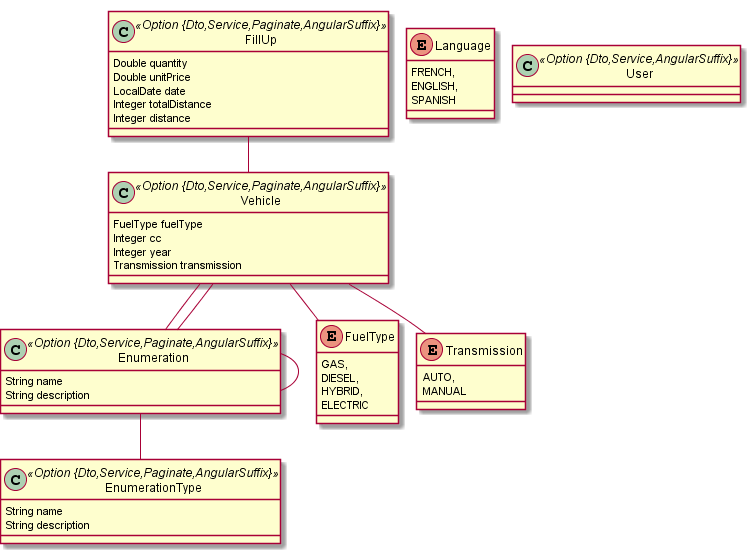
Earlier version of the PlantUML export jhipster-jdl.png (hazerbaker/yakitanaliz).
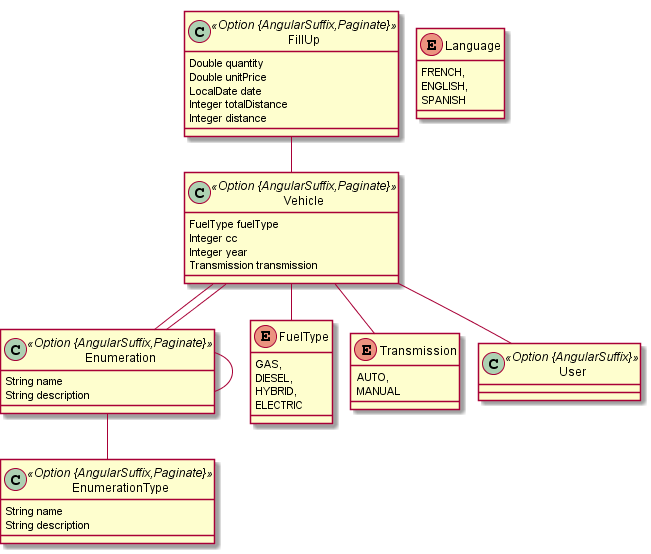
The same file after the commit.

What changed in the source:
```diff
@@ -1,15 +1,15 @@
 @startuml
 	!pragma graphviz_dot jdot
 	!pragma syntax class
-	class EnumerationType <<Option {Dto,Service,Paginate,AngularSuffix}>> {
+	class EnumerationType <<Option {AngularSuffix,Paginate}>> {
 		String name
 		String description
 	}
-	class Enumeration <<Option {Dto,Service,Paginate,AngularSuffix}>> {
+	class Enumeration <<Option {AngularSuffix,Paginate}>> {
 		String name
 		String description
 	}
-	class Vehicle <<Option {Dto,Service,Paginate,AngularSuffix}>> {
+	class Vehicle <<Option {AngularSuffix,Paginate}>> {
 		FuelType fuelType
 		Integer cc
 		Integer year
@@ -17,7 +17,7 @@
 	}
 	Vehicle ..> FuelType
 	Vehicle ..> Transmission
-	class FillUp <<Option {Dto,Service,Paginate,AngularSuffix}>> {
+	class FillUp <<Option {AngularSuffix,Paginate}>> {
 		Double quantity
 		Double unitPrice
 		LocalDate date
@@ -44,6 +44,7 @@
 	Vehicle  "model 0..* " o-- "0..1 "  Enumeration
 	FillUp  "vehicle 0..* " o-- "0..1 "  Vehicle
 	Enumeration  "parent 0..* " o-- "0..1 "  Enumeration
-	class User <<Option {Dto,Service,AngularSuffix}>> {
+	Vehicle  "user 0..* " o-- "0..1 "  User
+	class User <<Option {AngularSuffix}>> {
 	}
 @enduml
```
